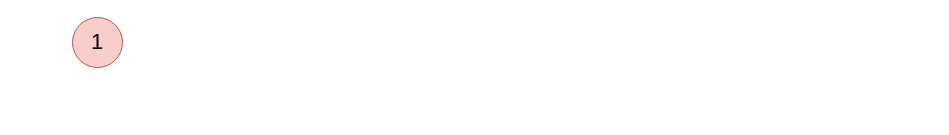
The draw.io diagram HPC_general.drawio in feniatriestocode/HPC_2024, before the edit. Source tidied: cells renumbered, new cells numbered last; positions are measured from the earlier drawing's top-left corner, leaving out a move shared by most shapes. Both pictures are drawn from the tidied source at 100%, with x=0, y=0 at pixel (72, 17).
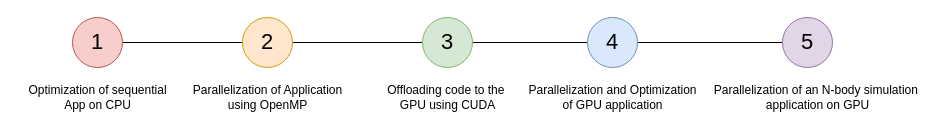
Above is the later version.

The edit, as a diff of the source:
```diff
@@
 <mxGraphModel>
   <root>
     <mxCell id="0" />
     <mxCell id="1" parent="0" />
+    <mxCell id="3" style="edgeStyle=orthogonalEdgeStyle;rounded=0;jettySize=auto;html=1;entryX=0;entryY=0.5;entryDx=0;entryDy=0;endArrow=none;endFill=0;" parent="1" edge="1" source="2" target="5">
+      <mxGeometry relative="1" as="geometry" />
+    </mxCell>
     <mxCell id="2" value="&lt;font style=&quot;font-size: 22px;&quot;&gt;1&lt;/font&gt;" style="ellipse;whiteSpace=wrap;html=1;fillColor=#f8cecc;strokeColor=#b85450;" parent="1" vertex="1">
       <mxGeometry width="50" height="50" as="geometry" />
     </mxCell>
+    <mxCell id="4" style="edgeStyle=orthogonalEdgeStyle;rounded=0;jettySize=auto;html=1;exitX=1;exitY=0.5;exitDx=0;exitDy=0;entryX=0;entryY=0.5;entryDx=0;entryDy=0;endArrow=none;endFill=0;" parent="1" edge="1" source="5" target="7">
+      <mxGeometry relative="1" as="geometry" />
+    </mxCell>
+    <mxCell id="5" value="&lt;font style=&quot;font-size: 22px;&quot;&gt;2&lt;/font&gt;" style="ellipse;whiteSpace=wrap;html=1;fillColor=#ffe6cc;strokeColor=#d79b00;" parent="1" vertex="1">
+      <mxGeometry x="170" width="50" height="50" as="geometry" />
+    </mxCell>
+    <mxCell id="6" style="edgeStyle=orthogonalEdgeStyle;rounded=0;jettySize=auto;html=1;exitX=1;exitY=0.5;exitDx=0;exitDy=0;entryX=0;entryY=0.5;entryDx=0;entryDy=0;endArrow=none;endFill=0;" parent="1" edge="1" source="7" target="9">
+      <mxGeometry relative="1" as="geometry" />
+    </mxCell>
+    <mxCell id="7" value="&lt;font style=&quot;font-size: 22px;&quot;&gt;3&lt;/font&gt;" style="ellipse;whiteSpace=wrap;html=1;fillColor=#d5e8d4;strokeColor=#82b366;" parent="1" vertex="1">
+      <mxGeometry x="350" width="50" height="50" as="geometry" />
+    </mxCell>
+    <mxCell id="8" style="edgeStyle=orthogonalEdgeStyle;rounded=0;jettySize=auto;html=1;exitX=1;exitY=0.5;exitDx=0;exitDy=0;entryX=0;entryY=0.5;entryDx=0;entryDy=0;endArrow=none;endFill=0;" parent="1" edge="1" source="9" target="10">
+      <mxGeometry relative="1" as="geometry" />
+    </mxCell>
+    <mxCell id="9" value="&lt;font style=&quot;font-size: 22px;&quot;&gt;4&lt;/font&gt;" style="ellipse;whiteSpace=wrap;html=1;fillColor=#dae8fc;strokeColor=#6c8ebf;" parent="1" vertex="1">
+      <mxGeometry x="515" width="50" height="50" as="geometry" />
+    </mxCell>
+    <mxCell id="10" value="&lt;font style=&quot;font-size: 22px;&quot;&gt;5&lt;/font&gt;" style="ellipse;whiteSpace=wrap;html=1;fillColor=#e1d5e7;strokeColor=#9673a6;" parent="1" vertex="1">
+      <mxGeometry x="710" width="50" height="50" as="geometry" />
+    </mxCell>
+    <mxCell id="11" value="Optimization of sequential&lt;div&gt;App on CPU&lt;/div&gt;" style="text;html=1;align=center;verticalAlign=middle;strokeColor=none;fillColor=none;" parent="1" vertex="1">
+      <mxGeometry x="-55" y="60" width="160" height="40" as="geometry" />
+    </mxCell>
+    <mxCell id="12" value="Parallelization of Application&lt;div&gt;using OpenMP&lt;/div&gt;" style="text;html=1;align=center;verticalAlign=middle;strokeColor=none;fillColor=none;" parent="1" vertex="1">
+      <mxGeometry x="110" y="60" width="170" height="40" as="geometry" />
+    </mxCell>
+    <mxCell id="13" value="Offloading code to the&amp;nbsp;&lt;div&gt;GPU using CUDA&lt;/div&gt;" style="text;html=1;align=center;verticalAlign=middle;strokeColor=none;fillColor=none;" parent="1" vertex="1">
+      <mxGeometry x="305" y="60" width="140" height="40" as="geometry" />
+    </mxCell>
+    <mxCell id="14" value="Parallelization and Optimization&lt;div&gt;of GPU application&lt;/div&gt;" style="text;html=1;align=center;verticalAlign=middle;strokeColor=none;fillColor=none;" parent="1" vertex="1">
+      <mxGeometry x="445" y="60" width="190" height="40" as="geometry" />
+    </mxCell>
+    <mxCell id="15" value="Parallelization of&amp;nbsp;&lt;span style=&quot;background-color: initial;&quot;&gt;an N-body simulation&amp;nbsp;&lt;/span&gt;&lt;div&gt;application on GPU&lt;/div&gt;" style="text;html=1;align=center;verticalAlign=middle;strokeColor=none;fillColor=none;" parent="1" vertex="1">
+      <mxGeometry x="630" y="60" width="230" height="40" as="geometry" />
+    </mxCell>
   </root>
 </mxGraphModel>
```
